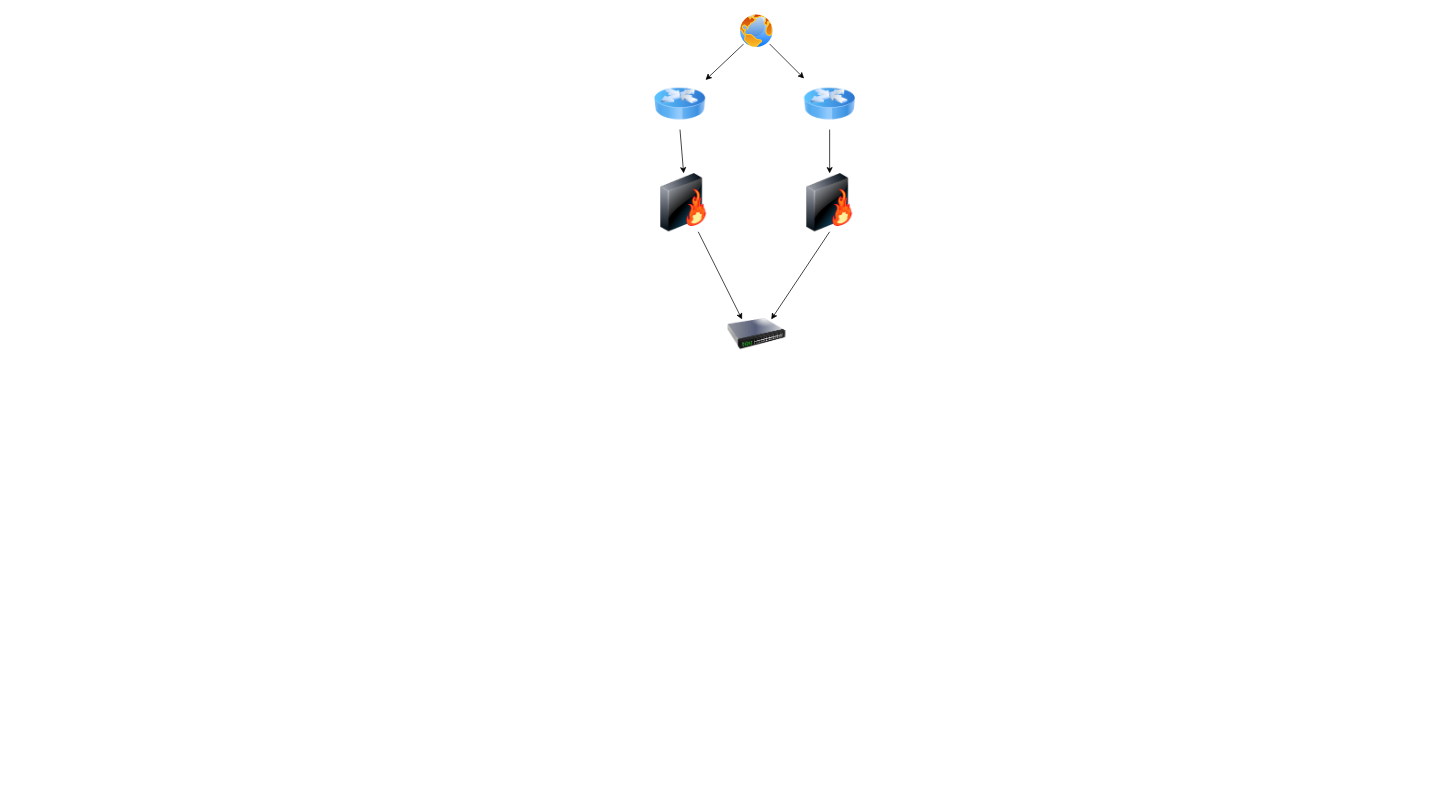
This is Diagramme sans nom.drawio from XLMSX/annuaire-membre, a draw.io file, before an edit. Source tidied: cells renumbered, new cells numbered last; positions are measured from the earlier drawing's top-left corner, leaving out a move shared by most shapes. Both pictures are drawn from the tidied source at 73%, with x=0, y=0 at pixel (654, 12).
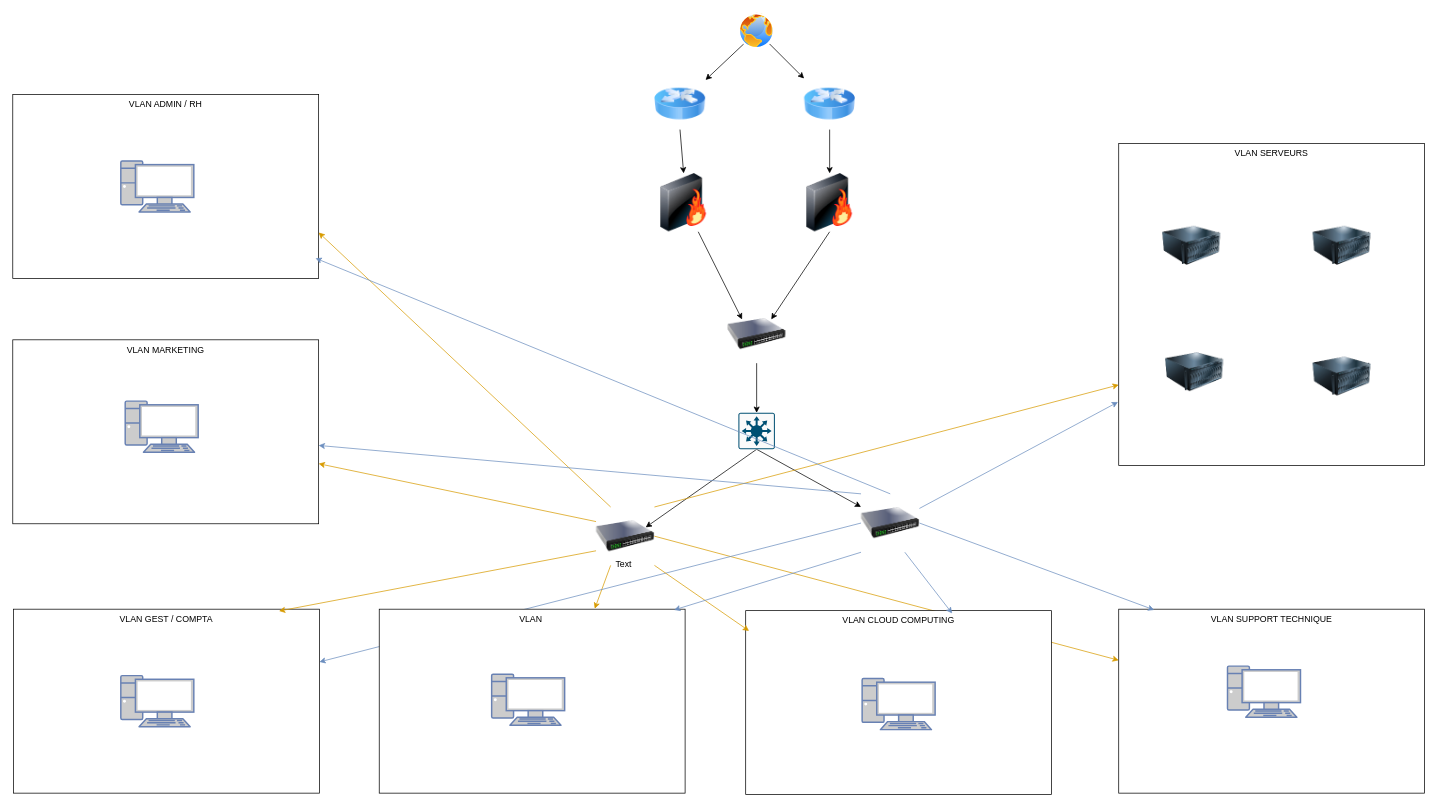
Above is the later version.

Commit message (it also covers changes not shown here):
Mettre à jour Diagramme sans nom.drawio

The change refers to these unchanged cells:
```xml
<mxCell id="6" style="image;html=1;image=img/lib/clip_art/networking/Switch_128x128.png;" parent="1" vertex="1">
  <mxGeometry x="100" y="400" width="80" height="80" as="geometry" />
</mxCell>
```

The edit, as a diff of the source:
```diff
@@
+    <mxCell id="14" value="VLAN ADMIN / RH&lt;div&gt;&lt;br&gt;&lt;/div&gt;" style="rounded=0;whiteSpace=wrap;html=1;verticalAlign=top;" parent="1" vertex="1">
+      <mxGeometry x="-879" y="112" width="419" height="252" as="geometry" />
+    </mxCell>
@@
+    <mxCell id="15" style="edgeStyle=none;rounded=0;jettySize=auto;html=1;exitX=0.5;exitY=1;exitDx=0;exitDy=0;exitPerimeter=0;" parent="1" edge="1" source="17">
+      <mxGeometry relative="1" as="geometry">
+        <mxPoint x="-12" y="704.9" as="targetPoint" />
+      </mxGeometry>
+    </mxCell>
+    <mxCell id="16" style="edgeStyle=none;rounded=0;jettySize=auto;html=1;exitX=0.5;exitY=1;exitDx=0;exitDy=0;exitPerimeter=0;" parent="1" edge="1" source="17" target="28">
+      <mxGeometry relative="1" as="geometry" />
+    </mxCell>
+    <mxCell id="17" style="sketch=0;points=[[0.015,0.015,0],[0.985,0.015,0],[0.985,0.985,0],[0.015,0.985,0],[0.25,0,0],[0.5,0,0],[0.75,0,0],[1,0.25,0],[1,0.5,0],[1,0.75,0],[0.75,1,0],[0.5,1,0],[0.25,1,0],[0,0.75,0],[0,0.5,0],[0,0.25,0]];verticalLabelPosition=bottom;html=1;verticalAlign=top;align=center;shape=mxgraph.cisco19.rect;prIcon=l3_switch;fillColor=#FAFAFA;strokeColor=#005073;" parent="1" vertex="1">
+      <mxGeometry x="115" y="548" width="50" height="50" as="geometry" />
+    </mxCell>
+    <mxCell id="18" style="edgeStyle=none;rounded=0;jettySize=auto;html=1;exitX=0.5;exitY=1;exitDx=0;exitDy=0;entryX=0.5;entryY=0;entryDx=0;entryDy=0;entryPerimeter=0;" parent="1" edge="1" source="6" target="17">
+      <mxGeometry relative="1" as="geometry" />
+    </mxCell>
+    <mxCell id="19" style="edgeStyle=none;rounded=0;jettySize=auto;html=1;exitX=0.25;exitY=0;exitDx=0;exitDy=0;entryX=1;entryY=0.75;entryDx=0;entryDy=0;fillColor=#ffe6cc;strokeColor=#d79b00;" parent="1" edge="1" source="24" target="14">
+      <mxGeometry relative="1" as="geometry" />
+    </mxCell>
+    <mxCell id="20" style="edgeStyle=none;rounded=0;jettySize=auto;html=1;exitX=0;exitY=0.25;exitDx=0;exitDy=0;fillColor=#ffe6cc;strokeColor=#d79b00;" parent="1" edge="1" source="24" target="29">
+      <mxGeometry relative="1" as="geometry" />
+    </mxCell>
+    <mxCell id="21" style="edgeStyle=none;rounded=0;jettySize=auto;html=1;exitX=0.25;exitY=1;exitDx=0;exitDy=0;fillColor=#ffe6cc;strokeColor=#d79b00;" parent="1" edge="1" source="24">
+      <mxGeometry relative="1" as="geometry">
+        <mxPoint x="-81.8" y="816.4" as="targetPoint" />
+      </mxGeometry>
+    </mxCell>
+    <mxCell id="22" style="edgeStyle=none;rounded=0;jettySize=auto;html=1;exitX=1;exitY=0.5;exitDx=0;exitDy=0;fillColor=#ffe6cc;strokeColor=#d79b00;" parent="1" edge="1" source="24" target="33">
+      <mxGeometry relative="1" as="geometry" />
+    </mxCell>
+    <mxCell id="23" style="edgeStyle=none;rounded=0;jettySize=auto;html=1;exitX=1;exitY=0;exitDx=0;exitDy=0;entryX=0;entryY=0.75;entryDx=0;entryDy=0;fillColor=#ffe6cc;strokeColor=#d79b00;" parent="1" edge="1" source="24" target="34">
+      <mxGeometry relative="1" as="geometry" />
+    </mxCell>
+    <mxCell id="24" style="image;html=1;image=img/lib/clip_art/networking/Switch_128x128.png;" parent="1" vertex="1">
+      <mxGeometry x="-80" y="677" width="80" height="80" as="geometry" />
+    </mxCell>
+    <mxCell id="25" style="edgeStyle=none;rounded=0;jettySize=auto;html=1;exitX=1;exitY=0.25;exitDx=0;exitDy=0;fillColor=#dae8fc;strokeColor=#6c8ebf;" parent="1" edge="1" source="28">
+      <mxGeometry relative="1" as="geometry">
+        <mxPoint x="635" y="533.2" as="targetPoint" />
+      </mxGeometry>
+    </mxCell>
+    <mxCell id="26" style="edgeStyle=none;rounded=0;jettySize=auto;html=1;exitX=0;exitY=0.5;exitDx=0;exitDy=0;fillColor=#dae8fc;strokeColor=#6c8ebf;" parent="1" edge="1" source="28" target="30">
+      <mxGeometry relative="1" as="geometry" />
+    </mxCell>
+    <mxCell id="27" style="edgeStyle=none;rounded=0;jettySize=auto;html=1;exitX=0;exitY=0;exitDx=0;exitDy=0;fillColor=#dae8fc;strokeColor=#6c8ebf;" parent="1" edge="1" source="28" target="29">
+      <mxGeometry relative="1" as="geometry" />
+    </mxCell>
+    <mxCell id="28" style="image;html=1;image=img/lib/clip_art/networking/Switch_128x128.png;" parent="1" vertex="1">
+      <mxGeometry x="283" y="659" width="80" height="80" as="geometry" />
+    </mxCell>
+    <mxCell id="29" value="VLAN MARKETING" style="rounded=0;whiteSpace=wrap;html=1;verticalAlign=top;" parent="1" vertex="1">
+      <mxGeometry x="-879" y="448" width="419" height="252" as="geometry" />
+    </mxCell>
+    <mxCell id="30" value="VLAN GEST / COMPTA" style="rounded=0;whiteSpace=wrap;html=1;verticalAlign=top;" parent="1" vertex="1">
+      <mxGeometry x="-878" y="817" width="419" height="252" as="geometry" />
+    </mxCell>
+    <mxCell id="31" value="VLAN&amp;nbsp;" style="rounded=0;whiteSpace=wrap;html=1;verticalAlign=top;" parent="1" vertex="1">
+      <mxGeometry x="-377" y="817" width="419" height="252" as="geometry" />
+    </mxCell>
+    <mxCell id="32" value="VLAN CLOUD COMPUTING" style="rounded=0;whiteSpace=wrap;html=1;verticalAlign=top;" parent="1" vertex="1">
+      <mxGeometry x="125" y="819" width="419" height="252" as="geometry" />
+    </mxCell>
+    <mxCell id="33" value="VLAN SUPPORT TECHNIQUE&lt;div&gt;&lt;br&gt;&lt;/div&gt;" style="rounded=0;whiteSpace=wrap;html=1;verticalAlign=top;" parent="1" vertex="1">
+      <mxGeometry x="636" y="817" width="419" height="252" as="geometry" />
+    </mxCell>
+    <mxCell id="34" value="VLAN SERVEURS" style="rounded=0;whiteSpace=wrap;html=1;verticalAlign=top;" parent="1" vertex="1">
+      <mxGeometry x="636" y="179" width="419" height="441" as="geometry" />
+    </mxCell>
+    <mxCell id="35" style="fontColor=#0066CC;verticalAlign=top;verticalLabelPosition=bottom;labelPosition=center;align=center;html=1;fillColor=#CCCCCC;strokeColor=#6881B3;gradientColor=none;gradientDirection=north;strokeWidth=2;shape=mxgraph.networks.pc;" parent="1" vertex="1">
+      <mxGeometry x="-731" y="203" width="100" height="70" as="geometry" />
+    </mxCell>
+    <mxCell id="36" style="fontColor=#0066CC;verticalAlign=top;verticalLabelPosition=bottom;labelPosition=center;align=center;html=1;fillColor=#CCCCCC;strokeColor=#6881B3;gradientColor=none;gradientDirection=north;strokeWidth=2;shape=mxgraph.networks.pc;" parent="1" vertex="1">
+      <mxGeometry x="-725" y="532" width="100" height="70" as="geometry" />
+    </mxCell>
+    <mxCell id="37" style="fontColor=#0066CC;verticalAlign=top;verticalLabelPosition=bottom;labelPosition=center;align=center;html=1;fillColor=#CCCCCC;strokeColor=#6881B3;gradientColor=none;gradientDirection=north;strokeWidth=2;shape=mxgraph.networks.pc;" parent="1" vertex="1">
+      <mxGeometry x="-731" y="908" width="100" height="70" as="geometry" />
+    </mxCell>
+    <mxCell id="38" style="fontColor=#0066CC;verticalAlign=top;verticalLabelPosition=bottom;labelPosition=center;align=center;html=1;fillColor=#CCCCCC;strokeColor=#6881B3;gradientColor=none;gradientDirection=north;strokeWidth=2;shape=mxgraph.networks.pc;" parent="1" vertex="1">
+      <mxGeometry x="-223" y="906" width="100" height="70" as="geometry" />
+    </mxCell>
+    <mxCell id="39" style="fontColor=#0066CC;verticalAlign=top;verticalLabelPosition=bottom;labelPosition=center;align=center;html=1;fillColor=#CCCCCC;strokeColor=#6881B3;gradientColor=none;gradientDirection=north;strokeWidth=2;shape=mxgraph.networks.pc;" parent="1" vertex="1">
+      <mxGeometry x="284.5" y="912" width="100" height="70" as="geometry" />
+    </mxCell>
+    <mxCell id="40" style="fontColor=#0066CC;verticalAlign=top;verticalLabelPosition=bottom;labelPosition=center;align=center;html=1;fillColor=#CCCCCC;strokeColor=#6881B3;gradientColor=none;gradientDirection=north;strokeWidth=2;shape=mxgraph.networks.pc;" parent="1" vertex="1">
+      <mxGeometry x="785" y="895" width="100" height="70" as="geometry" />
+    </mxCell>
+    <mxCell id="41" style="image;html=1;image=img/lib/clip_art/computers/Server_128x128.png;" parent="1" vertex="1">
+      <mxGeometry x="696" y="279" width="80" height="80" as="geometry" />
+    </mxCell>
+    <mxCell id="42" style="image;html=1;image=img/lib/clip_art/computers/Server_128x128.png;" parent="1" vertex="1">
+      <mxGeometry x="902" y="279" width="80" height="80" as="geometry" />
+    </mxCell>
+    <mxCell id="43" style="image;html=1;image=img/lib/clip_art/computers/Server_128x128.png;" parent="1" vertex="1">
+      <mxGeometry x="700" y="452" width="80" height="80" as="geometry" />
+    </mxCell>
+    <mxCell id="44" style="image;html=1;image=img/lib/clip_art/computers/Server_128x128.png;" parent="1" vertex="1">
+      <mxGeometry x="902" y="458" width="80" height="80" as="geometry" />
+    </mxCell>
+    <mxCell id="45" style="edgeStyle=none;rounded=0;jettySize=auto;html=1;exitX=0;exitY=0.75;exitDx=0;exitDy=0;entryX=0.868;entryY=0.01;entryDx=0;entryDy=0;entryPerimeter=0;fillColor=#ffe6cc;strokeColor=#d79b00;" parent="1" edge="1" source="24" target="30">
+      <mxGeometry relative="1" as="geometry" />
+    </mxCell>
+    <mxCell id="46" style="edgeStyle=none;rounded=0;jettySize=auto;html=1;exitX=1;exitY=1;exitDx=0;exitDy=0;entryX=0.011;entryY=0.11;entryDx=0;entryDy=0;entryPerimeter=0;fillColor=#ffe6cc;strokeColor=#d79b00;" parent="1" edge="1" source="24" target="32">
+      <mxGeometry relative="1" as="geometry" />
+    </mxCell>
+    <mxCell id="47" style="edgeStyle=none;rounded=0;jettySize=auto;html=1;exitX=1;exitY=0.5;exitDx=0;exitDy=0;entryX=0.116;entryY=0.004;entryDx=0;entryDy=0;entryPerimeter=0;fillColor=#dae8fc;strokeColor=#6c8ebf;" parent="1" edge="1" source="28" target="33">
+      <mxGeometry relative="1" as="geometry" />
+    </mxCell>
+    <mxCell id="48" style="edgeStyle=none;rounded=0;jettySize=auto;html=1;exitX=0.75;exitY=1;exitDx=0;exitDy=0;entryX=0.675;entryY=0.015;entryDx=0;entryDy=0;entryPerimeter=0;fillColor=#dae8fc;strokeColor=#6c8ebf;" parent="1" edge="1" source="28" target="32">
+      <mxGeometry relative="1" as="geometry" />
+    </mxCell>
+    <mxCell id="49" style="edgeStyle=none;rounded=0;jettySize=auto;html=1;exitX=0;exitY=1;exitDx=0;exitDy=0;entryX=0.964;entryY=0.004;entryDx=0;entryDy=0;entryPerimeter=0;fillColor=#dae8fc;strokeColor=#6c8ebf;" parent="1" edge="1" source="28" target="31">
+      <mxGeometry relative="1" as="geometry" />
+    </mxCell>
+    <mxCell id="50" style="edgeStyle=none;rounded=0;jettySize=auto;html=1;exitX=0.5;exitY=0;exitDx=0;exitDy=0;entryX=0.99;entryY=0.89;entryDx=0;entryDy=0;entryPerimeter=0;fillColor=#dae8fc;strokeColor=#6c8ebf;" parent="1" edge="1" source="28" target="14">
+      <mxGeometry relative="1" as="geometry" />
+    </mxCell>
+    <mxCell id="51" value="Text" style="text;html=1;align=center;verticalAlign=middle;whiteSpace=wrap;rounded=0;" parent="1" vertex="1">
+      <mxGeometry x="-72" y="741" width="60" height="30" as="geometry" />
+    </mxCell>
```
